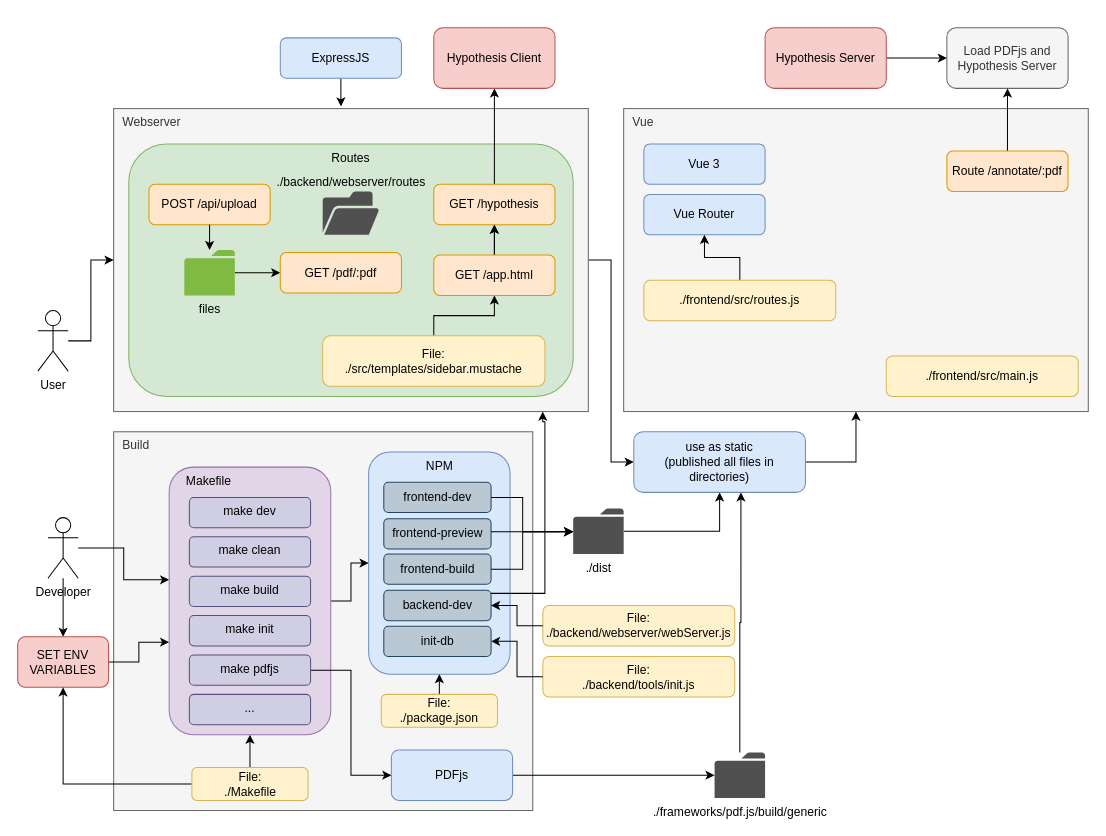
Earlier version of the draw.io diagram page "Content Server" (1 of 3) of content-server/docs/architecture.drawio (UKPLab/CARE). Source tidied: cells renumbered, new cells numbered last; positions are measured from the earlier drawing's top-left corner, leaving out a move shared by most shapes. Both pictures are drawn from the tidied source at 101%, with x=0, y=0 at pixel (17, 27).
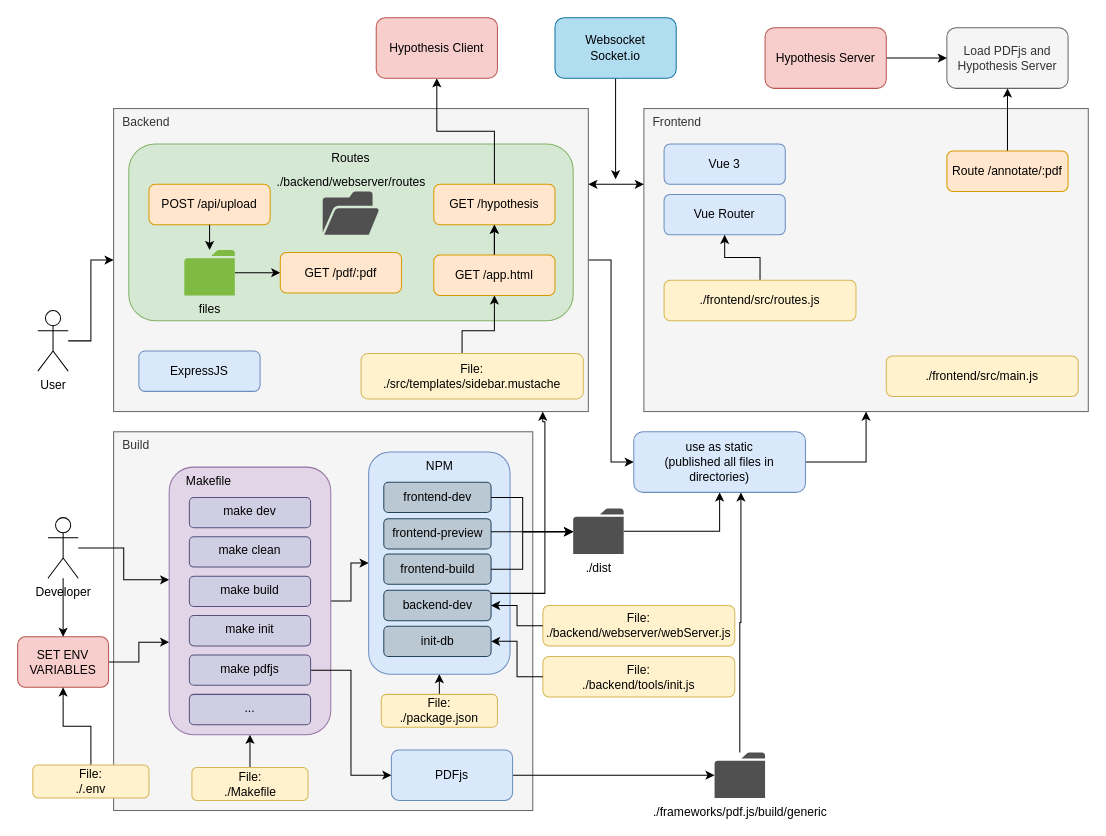
The same page after the edit.

Unchanged cells that the change refers to:
```xml
<mxCell id="10" value="Developer" style="shape=umlActor;verticalLabelPosition=bottom;verticalAlign=top;html=1;outlineConnect=0;" parent="1" vertex="1">
  <mxGeometry x="30" y="485" width="30" height="60" as="geometry" />
</mxCell>
<mxCell id="42" value="SET ENV VARIABLES" style="rounded=1;whiteSpace=wrap;html=1;fillColor=#f8cecc;strokeColor=#b85450;gradientColor=none;" parent="1" vertex="1">
  <mxGeometry y="603" width="90" height="50" as="geometry" />
</mxCell>
<mxCell id="67" value="File:&lt;br&gt;./Makefile" style="whiteSpace=wrap;html=1;rounded=1;align=center;verticalAlign=middle;fillColor=#fff2cc;strokeColor=#d6b656;" parent="1" vertex="1">
  <mxGeometry x="172.5" y="732.5" width="115" height="32.5" as="geometry" />
</mxCell>
<mxCell id="68" value="GET /app.html" style="rounded=1;whiteSpace=wrap;html=1;fillColor=#ffe6cc;strokeColor=#d79b00;" parent="1" vertex="1">
  <mxGeometry x="412" y="225" width="120" height="40" as="geometry" />
</mxCell>
```

What changed in the source:
```diff
@@
-    <mxCell id="2" value="Vue" style="rounded=0;whiteSpace=wrap;html=1;fillColor=#f5f5f5;strokeColor=#666666;verticalAlign=top;align=left;fontColor=#333333;spacingLeft=7;" parent="1" vertex="1">
-      <mxGeometry x="600" y="80" width="460" height="300" as="geometry" />
+    <mxCell id="2" value="Frontend" style="rounded=0;whiteSpace=wrap;html=1;fillColor=#f5f5f5;strokeColor=#666666;verticalAlign=top;align=left;fontColor=#333333;spacingLeft=7;" parent="1" vertex="1">
+      <mxGeometry x="620" y="80" width="440" height="300" as="geometry" />
     </mxCell>
@@
-    <mxCell id="4" value="Webserver" style="rounded=0;whiteSpace=wrap;html=1;fillColor=#f5f5f5;strokeColor=#666666;verticalAlign=top;align=left;fontColor=#333333;spacingLeft=7;" parent="1" vertex="1">
+    <mxCell id="4" value="Backend" style="rounded=0;whiteSpace=wrap;html=1;fillColor=#f5f5f5;strokeColor=#666666;verticalAlign=top;align=left;fontColor=#333333;spacingLeft=7;" parent="1" vertex="1">
       <mxGeometry x="95" y="80" width="470" height="300" as="geometry" />
     </mxCell>
     <mxCell id="5" value="Routes" style="rounded=1;whiteSpace=wrap;html=1;verticalAlign=top;fillColor=#d5e8d4;strokeColor=#82b366;" parent="1" vertex="1">
-      <mxGeometry x="110" y="115" width="440" height="250" as="geometry" />
+      <mxGeometry x="110" y="115" width="440" height="175" as="geometry" />
     </mxCell>
@@
-    <mxCell id="9" style="edgeStyle=orthogonalEdgeStyle;rounded=0;jettySize=auto;html=1;startArrow=none;startFill=0;endArrow=classic;endFill=1;strokeColor=default;" parent="1" edge="1" source="10" target="42">
-      <mxGeometry relative="1" as="geometry" />
-    </mxCell>
@@
-    <mxCell id="18" style="edgeStyle=orthogonalEdgeStyle;rounded=0;jettySize=auto;html=1;entryX=0.479;entryY=-0.007;entryDx=0;entryDy=0;entryPerimeter=0;" parent="1" edge="1" source="19" target="4">
-      <mxGeometry relative="1" as="geometry" />
-    </mxCell>
     <mxCell id="19" value="ExpressJS" style="rounded=1;whiteSpace=wrap;html=1;align=center;verticalAlign=middle;fillColor=#dae8fc;strokeColor=#6c8ebf;" parent="1" vertex="1">
-      <mxGeometry x="260" y="10" width="120" height="40" as="geometry" />
+      <mxGeometry x="120" y="320" width="120" height="40" as="geometry" />
     </mxCell>
@@
     <mxCell id="36" value="Hypothesis Client" style="rounded=1;whiteSpace=wrap;html=1;fillColor=#f8cecc;strokeColor=#b85450;" parent="1" vertex="1">
-      <mxGeometry x="412" width="120" height="60" as="geometry" />
+      <mxGeometry x="355" y="-10" width="120" height="60" as="geometry" />
     </mxCell>
@@
     <mxCell id="45" style="edgeStyle=orthogonalEdgeStyle;rounded=0;jettySize=auto;html=1;entryX=0.5;entryY=1;entryDx=0;entryDy=0;" parent="1" edge="1" source="46" target="68">
-      <mxGeometry relative="1" as="geometry" />
+      <mxGeometry relative="1" as="geometry">
+        <Array as="points">
+          <mxPoint x="440" y="300" />
+          <mxPoint x="472" y="300" />
+        </Array>
+      </mxGeometry>
     </mxCell>
     <mxCell id="46" value="File:&lt;br&gt;./src/templates/sidebar.mustache" style="whiteSpace=wrap;html=1;rounded=1;align=center;verticalAlign=middle;fillColor=#fff2cc;strokeColor=#d6b656;" parent="1" vertex="1">
-      <mxGeometry x="302" y="305" width="220" height="50" as="geometry" />
+      <mxGeometry x="340" y="322.5" width="220" height="45" as="geometry" />
     </mxCell>
@@
-    <mxCell id="65" style="edgeStyle=orthogonalEdgeStyle;rounded=0;jettySize=auto;html=1;entryX=0.5;entryY=1;entryDx=0;entryDy=0;" parent="1" edge="1" source="67" target="42">
-      <mxGeometry relative="1" as="geometry" />
-    </mxCell>
@@
     <mxCell id="73" value="Vue 3" style="rounded=1;whiteSpace=wrap;html=1;align=center;verticalAlign=middle;fillColor=#dae8fc;strokeColor=#6c8ebf;" parent="1" vertex="1">
-      <mxGeometry x="620" y="115" width="120" height="40" as="geometry" />
+      <mxGeometry x="640" y="115" width="120" height="40" as="geometry" />
     </mxCell>
     <mxCell id="74" value="Vue Router" style="rounded=1;whiteSpace=wrap;html=1;align=center;verticalAlign=middle;fillColor=#dae8fc;strokeColor=#6c8ebf;" parent="1" vertex="1">
-      <mxGeometry x="620" y="165" width="120" height="40" as="geometry" />
+      <mxGeometry x="640" y="165" width="120" height="40" as="geometry" />
     </mxCell>
@@
     <mxCell id="76" value="./frontend/src/routes.js" style="whiteSpace=wrap;html=1;rounded=1;align=center;verticalAlign=middle;fillColor=#fff2cc;strokeColor=#d6b656;" parent="1" vertex="1">
-      <mxGeometry x="620" y="250" width="190" height="40" as="geometry" />
+      <mxGeometry x="640" y="250" width="190" height="40" as="geometry" />
     </mxCell>
+    <mxCell id="9" style="edgeStyle=orthogonalEdgeStyle;rounded=0;jettySize=auto;html=1;startArrow=none;startFill=0;endArrow=classic;endFill=1;strokeColor=default;" parent="1" edge="1" source="10" target="42">
+      <mxGeometry relative="1" as="geometry" />
+    </mxCell>
+    <mxCell id="77" style="edgeStyle=orthogonalEdgeStyle;rounded=0;jettySize=auto;html=1;entryX=0.5;entryY=1;entryDx=0;entryDy=0;" parent="1" edge="1" source="78" target="42">
+      <mxGeometry relative="1" as="geometry" />
+    </mxCell>
+    <mxCell id="78" value="File:&lt;br&gt;./.env" style="whiteSpace=wrap;html=1;rounded=1;align=center;verticalAlign=middle;fillColor=#fff2cc;strokeColor=#d6b656;" parent="1" vertex="1">
+      <mxGeometry x="15" y="730" width="115" height="32.5" as="geometry" />
+    </mxCell>
+    <mxCell id="79" style="endArrow=classic;startArrow=classic;html=1;rounded=0;entryX=0;entryY=0.25;entryDx=0;entryDy=0;exitX=1;exitY=0.25;exitDx=0;exitDy=0;" parent="1" edge="1" source="4" target="2">
+      <mxGeometry relative="1" as="geometry" />
+    </mxCell>
+    <mxCell id="80" style="edgeStyle=orthogonalEdgeStyle;rounded=0;jettySize=auto;html=1;startArrow=none;startFill=0;" parent="1" edge="1" source="81">
+      <mxGeometry relative="1" as="geometry">
+        <mxPoint x="592" y="150" as="targetPoint" />
+      </mxGeometry>
+    </mxCell>
+    <mxCell id="81" value="Websocket&lt;br&gt;Socket.io" style="rounded=1;whiteSpace=wrap;html=1;fillColor=#b1ddf0;strokeColor=#10739e;" parent="1" vertex="1">
+      <mxGeometry x="532" y="-10" width="120" height="60" as="geometry" />
+    </mxCell>
```
